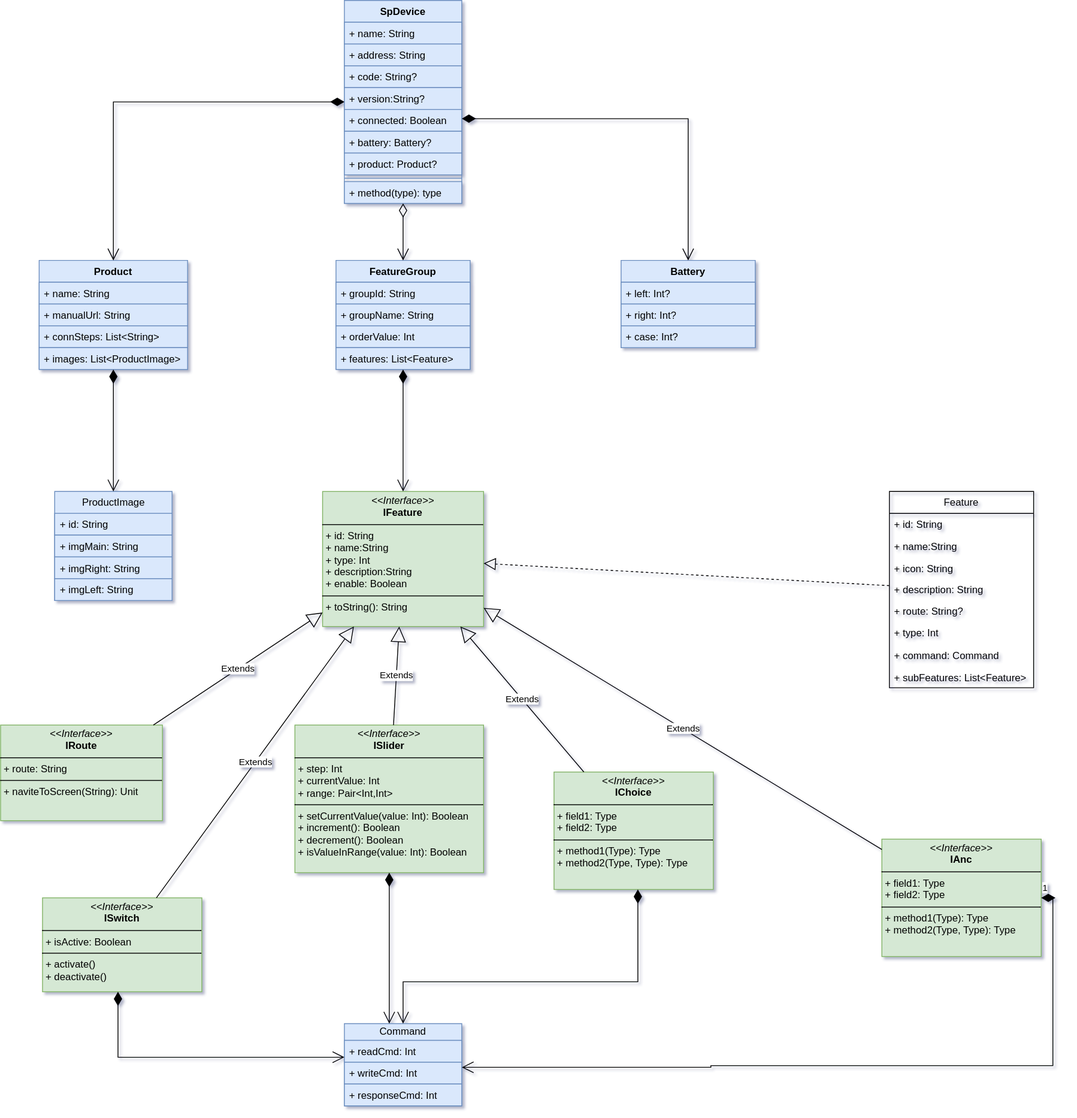
kekemao00/draw-libs keeps this draw.io diagram as 未命名绘图.drawio.svg. Above is the earlier version. Source tidied: cells renumbered, new cells last; positions are measured from the earlier drawing's top-left corner, leaving out a move shared by most shapes.
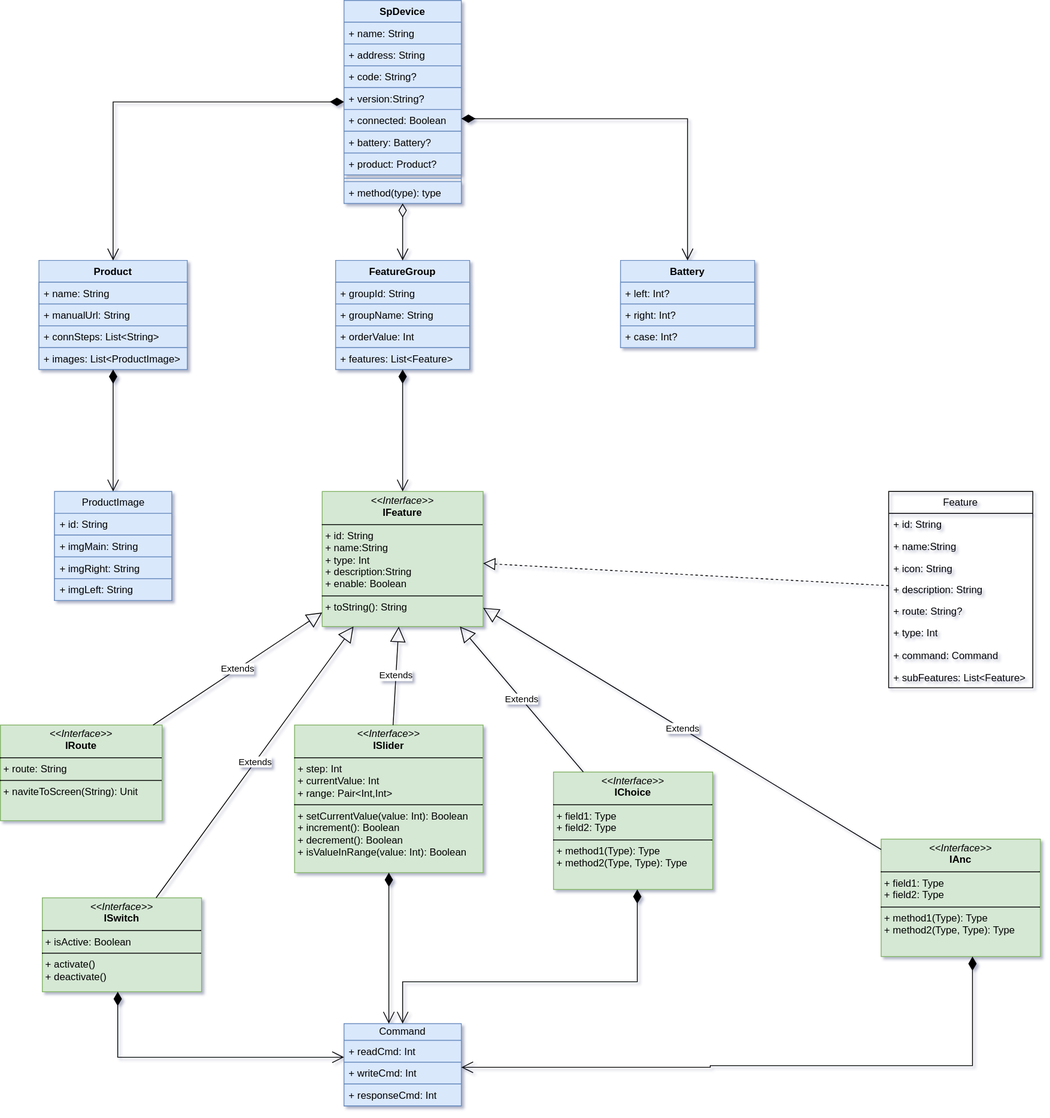
Later version of the same file.

Commit message:
更新未命名绘图.drawio.svg

The edit, as a diff of the source:
```diff
@@ -207,10 +207,10 @@
         </Array>
       </mxGeometry>
     </mxCell>
-    <mxCell id="64" value="1" style="endArrow=open;html=1;endSize=12;startArrow=diamondThin;startSize=14;startFill=1;edgeStyle=orthogonalEdgeStyle;align=left;verticalAlign=bottom;rounded=0;" parent="1" edge="1" source="47" target="40">
+    <mxCell id="64" style="endArrow=open;html=1;endSize=12;startArrow=diamondThin;startSize=14;startFill=1;edgeStyle=orthogonalEdgeStyle;align=left;verticalAlign=bottom;rounded=0;" parent="1" edge="1" source="47" target="40">
       <mxGeometry x="-1" y="3" relative="1" as="geometry">
         <Array as="points">
-          <mxPoint x="1255" y="1270" />
+          <mxPoint x="1160" y="1270" />
           <mxPoint x="847" y="1270" />
           <mxPoint x="847" y="1272" />
         </Array>
```
